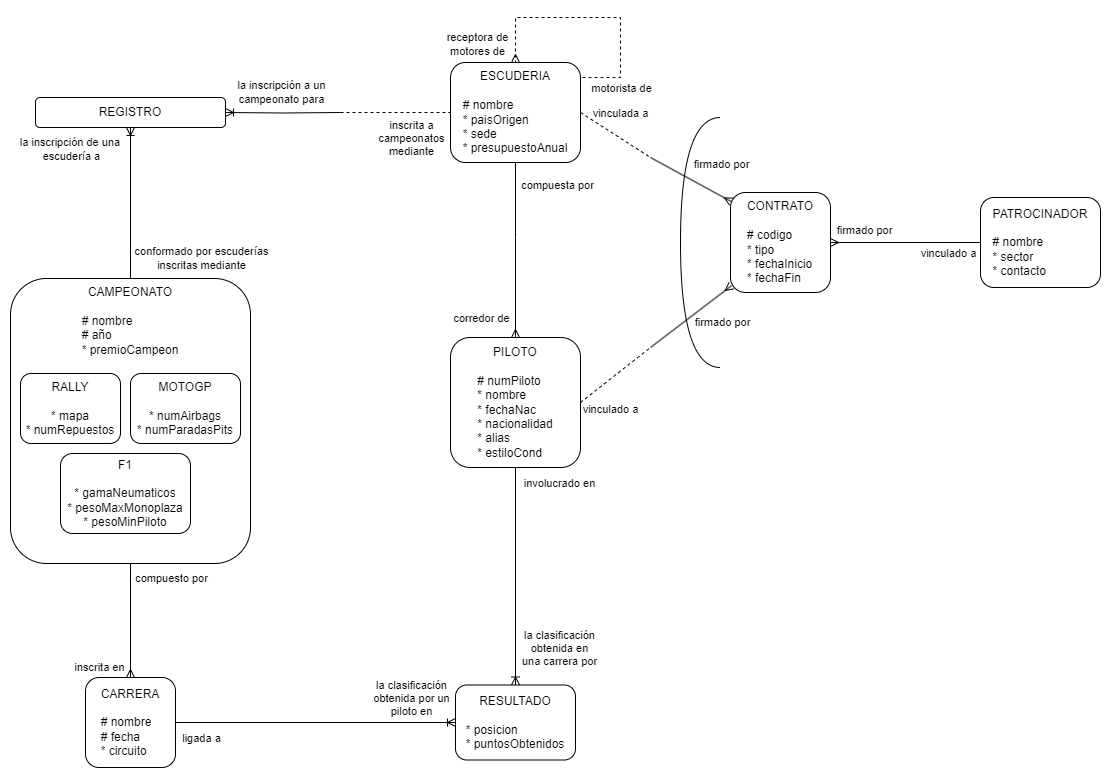
Above: modelo.png in jogaviriab/www (draw.io), before the change. Source tidied: cells renumbered, new cells last; positions are measured from the earlier drawing's top-left corner, leaving out a move shared by most shapes.
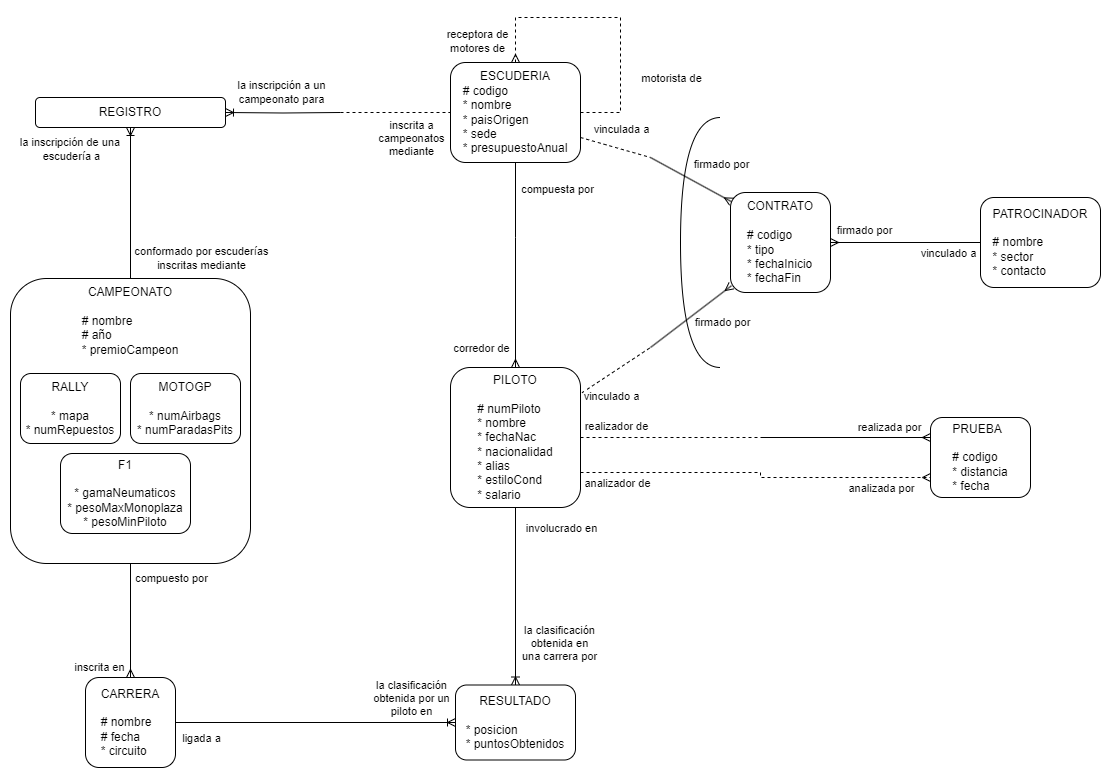
After the change.

What changed in the source:
```diff
@@ -12,7 +12,7 @@
     </mxCell>
     <mxCell id="3" value="corredor de" style="edgeLabel;html=1;align=center;verticalAlign=middle;" parent="2" vertex="1">
       <mxGeometry x="-0.51" y="2" relative="1" as="geometry">
-        <mxPoint x="-33" y="23" as="offset" />
+        <mxPoint x="-33" y="30" as="offset" />
       </mxGeometry>
     </mxCell>
     <mxCell id="4" value="compuesta por" style="edgeLabel;html=1;align=center;verticalAlign=middle;" parent="2" vertex="1">
@@ -30,7 +30,7 @@
     </mxCell>
     <mxCell id="6" value="involucrado en" style="edgeLabel;html=1;align=center;verticalAlign=middle;" parent="5" vertex="1">
       <mxGeometry x="-0.69" y="3" relative="1" as="geometry">
-        <mxPoint x="40" y="-19" as="offset" />
+        <mxPoint x="42" y="60" as="offset" />
       </mxGeometry>
     </mxCell>
     <mxCell id="7" value="la clasificación&lt;div&gt;obtenida en&lt;/div&gt;&lt;div&gt;una carrera por&lt;/div&gt;" style="edgeLabel;html=1;align=center;verticalAlign=middle;" parent="5" vertex="1">
@@ -38,18 +38,28 @@
         <mxPoint x="43" y="-10" as="offset" />
       </mxGeometry>
     </mxCell>
-    <mxCell id="8" style="rounded=0;jettySize=auto;html=1;exitX=1;exitY=0.5;exitDx=0;exitDy=0;endArrow=none;endFill=0;startArrow=none;startFill=0;dashed=1;" parent="1" edge="1" source="10">
+    <mxCell id="8" style="rounded=0;jettySize=auto;html=1;exitX=1.012;exitY=0.18;exitDx=0;exitDy=0;endArrow=none;endFill=0;startArrow=none;startFill=0;dashed=1;exitPerimeter=0;" parent="1" edge="1" source="10">
       <mxGeometry relative="1" as="geometry">
         <mxPoint x="640" y="330" as="targetPoint" />
       </mxGeometry>
     </mxCell>
     <mxCell id="9" value="vinculado a" style="edgeLabel;html=1;align=center;verticalAlign=middle;" parent="8" vertex="1">
       <mxGeometry x="-0.55" y="-2" relative="1" as="geometry">
-        <mxPoint x="13" y="17" as="offset" />
+        <mxPoint x="13" y="12" as="offset" />
       </mxGeometry>
     </mxCell>
+    <mxCell id="49" value="realizador de" style="edgeLabel;html=1;align=center;verticalAlign=middle;" parent="8" vertex="1">
+      <mxGeometry x="-0.55" y="-2" relative="1" as="geometry">
+        <mxPoint x="18" y="42" as="offset" />
+      </mxGeometry>
+    </mxCell>
+    <mxCell id="50" value="realizada por" style="edgeLabel;html=1;align=center;verticalAlign=middle;" parent="8" vertex="1">
+      <mxGeometry x="-0.55" y="-2" relative="1" as="geometry">
+        <mxPoint x="291" y="43" as="offset" />
+      </mxGeometry>
+    </mxCell>
-    <mxCell id="10" value="&lt;div style=&quot;&quot;&gt;&lt;span style=&quot;background-color: initial;&quot;&gt;PILOTO&lt;/span&gt;&lt;/div&gt;&lt;div style=&quot;&quot;&gt;&lt;span style=&quot;background-color: initial;&quot;&gt;&lt;br&gt;&lt;/span&gt;&lt;/div&gt;&lt;div style=&quot;text-align: left;&quot;&gt;# numPiloto&lt;/div&gt;&lt;div style=&quot;text-align: left;&quot;&gt;* nombre&lt;/div&gt;&lt;div style=&quot;text-align: left;&quot;&gt;* fechaNac&lt;/div&gt;&lt;div style=&quot;text-align: left;&quot;&gt;* nacionalidad&lt;/div&gt;&lt;div style=&quot;text-align: left;&quot;&gt;* alias&lt;br&gt;&lt;/div&gt;&lt;div style=&quot;text-align: left;&quot;&gt;* estiloCond&lt;/div&gt;" style="rounded=1;whiteSpace=wrap;html=1;align=center;" parent="1" vertex="1">
-      <mxGeometry x="440" y="320" width="130" height="130" as="geometry" />
+    <mxCell id="10" value="&lt;div style=&quot;&quot;&gt;&lt;span style=&quot;background-color: initial;&quot;&gt;PILOTO&lt;/span&gt;&lt;/div&gt;&lt;div style=&quot;&quot;&gt;&lt;span style=&quot;background-color: initial;&quot;&gt;&lt;br&gt;&lt;/span&gt;&lt;/div&gt;&lt;div style=&quot;text-align: left;&quot;&gt;# numPiloto&lt;/div&gt;&lt;div style=&quot;text-align: left;&quot;&gt;* nombre&lt;/div&gt;&lt;div style=&quot;text-align: left;&quot;&gt;* fechaNac&lt;/div&gt;&lt;div style=&quot;text-align: left;&quot;&gt;* nacionalidad&lt;/div&gt;&lt;div style=&quot;text-align: left;&quot;&gt;* alias&lt;br&gt;&lt;/div&gt;&lt;div style=&quot;text-align: left;&quot;&gt;* estiloCond&lt;/div&gt;&lt;div style=&quot;text-align: left;&quot;&gt;* salario&lt;/div&gt;" style="rounded=1;whiteSpace=wrap;html=1;align=center;" parent="1" vertex="1">
+      <mxGeometry x="440" y="350" width="130" height="140" as="geometry" />
     </mxCell>
     <mxCell id="11" style="edgeStyle=orthogonalEdgeStyle;rounded=0;jettySize=auto;html=1;exitX=1;exitY=0.5;exitDx=0;exitDy=0;entryX=0;entryY=0.5;entryDx=0;entryDy=0;endArrow=ERoneToMany;endFill=0;" parent="1" edge="1" source="14" target="30">
       <mxGeometry relative="1" as="geometry" />
@@ -70,7 +80,7 @@
     <mxCell id="15" value="CONTRATO&lt;div&gt;&lt;br&gt;&lt;div style=&quot;text-align: left;&quot;&gt;# codigo&lt;/div&gt;&lt;div style=&quot;text-align: left;&quot;&gt;* tipo&lt;/div&gt;&lt;div style=&quot;text-align: left;&quot;&gt;* fechaInicio&lt;/div&gt;&lt;div style=&quot;text-align: left;&quot;&gt;* fechaFin&lt;/div&gt;&lt;/div&gt;" style="rounded=1;whiteSpace=wrap;html=1;" parent="1" vertex="1">
       <mxGeometry x="720" y="175" width="100" height="100" as="geometry" />
     </mxCell>
-    <mxCell id="16" style="rounded=0;jettySize=auto;html=1;exitX=1;exitY=0.5;exitDx=0;exitDy=0;endArrow=none;endFill=0;dashed=1;startArrow=none;startFill=0;" parent="1" edge="1" source="21">
+    <mxCell id="16" style="rounded=0;jettySize=auto;html=1;exitX=1;exitY=0.75;exitDx=0;exitDy=0;endArrow=none;endFill=0;dashed=1;startArrow=none;startFill=0;" parent="1" edge="1" source="21">
       <mxGeometry relative="1" as="geometry">
         <mxPoint x="640" y="140" as="targetPoint" />
       </mxGeometry>
@@ -95,7 +105,7 @@
         <mxPoint x="38" y="-20" as="offset" />
       </mxGeometry>
     </mxCell>
-    <mxCell id="21" value="&lt;div style=&quot;&quot;&gt;&lt;span style=&quot;text-align: left;&quot;&gt;ESCUDERIA&lt;/span&gt;&lt;br&gt;&lt;/div&gt;&lt;div style=&quot;&quot;&gt;&lt;span style=&quot;background-color: initial;&quot;&gt;&lt;br&gt;&lt;/span&gt;&lt;/div&gt;&lt;div style=&quot;text-align: left;&quot;&gt;&lt;span style=&quot;background-color: initial;&quot;&gt;# nombre&lt;br&gt;&lt;/span&gt;&lt;span style=&quot;background-color: initial;&quot;&gt;* paisOrigen&lt;br&gt;&lt;/span&gt;&lt;span style=&quot;background-color: initial;&quot;&gt;* sede&lt;/span&gt;&lt;div&gt;* presupuestoAnual&lt;/div&gt;&lt;/div&gt;" style="rounded=1;whiteSpace=wrap;html=1;align=center;" parent="1" vertex="1">
+    <mxCell id="21" value="&lt;div style=&quot;&quot;&gt;&lt;span style=&quot;text-align: left;&quot;&gt;ESCUDERIA&lt;/span&gt;&lt;/div&gt;&lt;div style=&quot;text-align: left;&quot;&gt;&lt;span style=&quot;background-color: initial;&quot;&gt;# codigo&lt;/span&gt;&lt;/div&gt;&lt;div style=&quot;text-align: left;&quot;&gt;&lt;span style=&quot;background-color: initial;&quot;&gt;* nombre&lt;br&gt;&lt;/span&gt;&lt;span style=&quot;background-color: initial;&quot;&gt;* paisOrigen&lt;br&gt;&lt;/span&gt;&lt;span style=&quot;background-color: initial;&quot;&gt;* sede&lt;/span&gt;&lt;div&gt;* presupuestoAnual&lt;/div&gt;&lt;/div&gt;" style="rounded=1;whiteSpace=wrap;html=1;align=center;" parent="1" vertex="1">
       <mxGeometry x="440" y="45" width="130" height="100" as="geometry" />
     </mxCell>
     <mxCell id="22" style="rounded=0;jettySize=auto;html=1;exitX=0.01;exitY=0.092;exitDx=0;exitDy=0;endArrow=none;endFill=0;startArrow=ERmany;startFill=0;exitPerimeter=0;" parent="1" edge="1" source="15">
@@ -171,11 +181,10 @@
     <mxCell id="40" value="&lt;div style=&quot;text-align: left;&quot;&gt;REGISTRO&lt;/div&gt;" style="rounded=1;whiteSpace=wrap;html=1;align=center;" parent="1" vertex="1">
       <mxGeometry x="25" y="80" width="190" height="30" as="geometry" />
     </mxCell>
-    <mxCell id="41" style="edgeStyle=orthogonalEdgeStyle;rounded=0;orthogonalLoop=1;jettySize=auto;html=1;exitX=1;exitY=0.25;exitDx=0;exitDy=0;entryX=0.5;entryY=0;entryDx=0;entryDy=0;endArrow=ERmany;endFill=0;dashed=1;startArrow=none;startFill=0;" parent="1" edge="1" source="21" target="21">
+    <mxCell id="41" style="edgeStyle=orthogonalEdgeStyle;rounded=0;orthogonalLoop=1;jettySize=auto;html=1;exitX=1;exitY=0.5;exitDx=0;exitDy=0;entryX=0.5;entryY=0;entryDx=0;entryDy=0;endArrow=ERmany;endFill=0;dashed=1;startArrow=none;startFill=0;" parent="1" edge="1" source="21" target="21">
       <mxGeometry relative="1" as="geometry">
         <Array as="points">
-          <mxPoint x="570" y="60" />
-          <mxPoint x="610" y="60" />
+          <mxPoint x="610" y="95" />
           <mxPoint x="610" />
           <mxPoint x="505" />
         </Array>
@@ -188,7 +197,7 @@
     </mxCell>
     <mxCell id="43" value="motorista de" style="edgeLabel;html=1;align=center;verticalAlign=middle;" parent="41" vertex="1">
       <mxGeometry x="-0.7" y="1" relative="1" as="geometry">
-        <mxPoint x="11" y="11" as="offset" />
+        <mxPoint x="51" y="-32" as="offset" />
       </mxGeometry>
     </mxCell>
     <mxCell id="44" style="edgeStyle=orthogonalEdgeStyle;rounded=0;jettySize=auto;html=1;exitX=0.5;exitY=0;exitDx=0;exitDy=0;endArrow=ERoneToMany;endFill=0;" parent="1" edge="1" source="32" target="40">
@@ -212,5 +221,36 @@
         <mxPoint x="330" y="95" as="sourcePoint" />
       </mxGeometry>
     </mxCell>
+    <mxCell id="51" value="&lt;div style=&quot;text-align: left;&quot;&gt;PRUEBA&lt;/div&gt;&lt;div style=&quot;&quot;&gt;&lt;span style=&quot;background-color: initial;&quot;&gt;&lt;br&gt;&lt;/span&gt;&lt;/div&gt;&lt;div style=&quot;text-align: left;&quot;&gt;&lt;span style=&quot;background-color: initial;&quot;&gt;# codigo&lt;br&gt;&lt;/span&gt;&lt;span style=&quot;background-color: initial;&quot;&gt;* distancia&lt;br&gt;&lt;/span&gt;&lt;span style=&quot;background-color: initial;&quot;&gt;* fecha&lt;/span&gt;&lt;/div&gt;" style="rounded=1;whiteSpace=wrap;html=1;align=center;" parent="1" vertex="1">
+      <mxGeometry x="920" y="400" width="100" height="80" as="geometry" />
+    </mxCell>
+    <mxCell id="52" style="edgeStyle=orthogonalEdgeStyle;rounded=0;jettySize=auto;html=1;endArrow=ERmany;endFill=0;dashed=1;startArrow=none;startFill=0;exitX=1;exitY=0.75;exitDx=0;exitDy=0;entryX=0;entryY=0.75;entryDx=0;entryDy=0;" parent="1" edge="1" source="10" target="51">
+      <mxGeometry relative="1" as="geometry">
+        <Array as="points">
+          <mxPoint x="750" y="455" />
+          <mxPoint x="750" y="460" />
+        </Array>
+      </mxGeometry>
+    </mxCell>
+    <mxCell id="53" value="analizada por" style="edgeLabel;html=1;align=center;verticalAlign=middle;" parent="52" vertex="1">
+      <mxGeometry x="0.7" y="-3" relative="1" as="geometry">
+        <mxPoint x="3" y="7" as="offset" />
+      </mxGeometry>
+    </mxCell>
+    <mxCell id="54" value="analizador de" style="edgeLabel;html=1;align=center;verticalAlign=middle;" parent="52" vertex="1">
+      <mxGeometry x="-0.7" y="1" relative="1" as="geometry">
+        <mxPoint x="-17" y="11" as="offset" />
+      </mxGeometry>
+    </mxCell>
+    <mxCell id="55" style="endArrow=none;dashed=1;html=1;rounded=0;exitX=1;exitY=0.5;exitDx=0;exitDy=0;" parent="1" edge="1" source="10">
+      <mxGeometry relative="1" as="geometry">
+        <mxPoint x="750" y="420" as="targetPoint" />
+      </mxGeometry>
+    </mxCell>
+    <mxCell id="56" style="edgeStyle=orthogonalEdgeStyle;rounded=0;jettySize=auto;html=1;endArrow=none;endFill=0;startArrow=ERmany;startFill=0;exitX=0;exitY=0.25;exitDx=0;exitDy=0;" parent="1" edge="1" source="51">
+      <mxGeometry relative="1" as="geometry">
+        <mxPoint x="750" y="420" as="targetPoint" />
+      </mxGeometry>
+    </mxCell>
   </root>
 </mxGraphModel>
```
